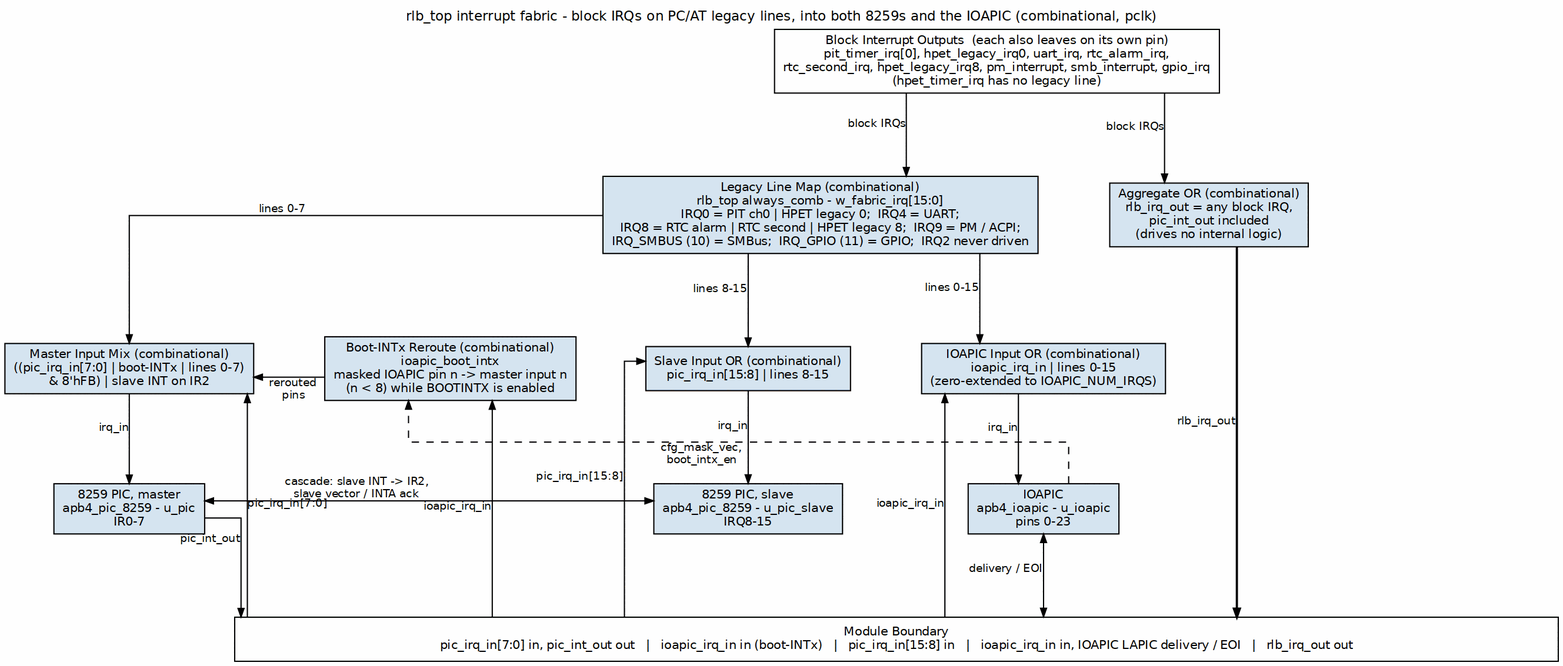
This is projects/components/legacy-ip/retro_legacy_blocks/docs/rlb_top_mas/assets/graphviz/rlb_interrupt_fabric.png from sean-galloway/RTLDesignSherpa, a Graphviz export, as it was before one commit. Its source is kept beside it as projects/components/legacy-ip/retro_legacy_blocks/docs/rlb_top_mas/assets/graphviz/rlb_interrupt_fabric.dot. The source it was exported from:
```dot
digraph rlb_interrupt_fabric {
    graph [rankdir=TB, bgcolor="white", fontname="Helvetica", fontsize=11,
           nodesep="0.40", ranksep="0.95", splines=ortho, newrank=true,
           label="rlb_top interrupt fabric - block IRQs on PC/AT legacy lines, into both 8259s and the IOAPIC (combinational, pclk)",
           labelloc=t, labeljust=c];
    node  [fontname="Helvetica", fontsize=10, shape=box, style=filled,
           fillcolor="#D6E4F0", color="black", margin="0.10,0.06"];
    edge  [fontname="Helvetica", fontsize=9, color="black", arrowsize=0.7];

    src  [label="Block Interrupt Outputs  (each also leaves on its own pin)\npit_timer_irq[0], hpet_legacy_irq0, uart_irq, rtc_alarm_irq,\nrtc_second_irq, hpet_legacy_irq8, pm_interrupt, smb_interrupt, gpio_irq\n(hpet_timer_irq has no legacy line)", fillcolor="white"];

    map  [label="Legacy Line Map (combinational)\nrlb_top always_comb - w_fabric_irq[15:0]\nIRQ0 = PIT ch0 | HPET legacy 0;  IRQ4 = UART;\nIRQ8 = RTC alarm | RTC second | HPET legacy 8;  IRQ9 = PM / ACPI;\nIRQ_SMBUS (10) = SMBus;  IRQ_GPIO (11) = GPIO;  IRQ2 never driven"];
    agg  [group=X, label="Aggregate OR (combinational)\nrlb_irq_out = any block IRQ,\npic_int_out included\n(drives no internal logic)"];

    mmix [group=L, label="Master Input Mix (combinational)\n((pic_irq_in[7:0] | boot-INTx | lines 0-7)\n& 8'hFB) | slave INT on IR2"];
    bix  [group=B, label="Boot-INTx Reroute (combinational)\nioapic_boot_intx\nmasked IOAPIC pin n -> master input n\n(n < 8) while BOOTINTX is enabled"];
    smix [group=C, label="Slave Input OR (combinational)\npic_irq_in[15:8] | lines 8-15"];
    imix [group=R, label="IOAPIC Input OR (combinational)\nioapic_irq_in | lines 0-15\n(zero-extended to IOAPIC_NUM_IRQS)"];

    mpic [group=L, label="8259 PIC, master\napb4_pic_8259 - u_pic\nIR0-7"];
    spic [group=C, label="8259 PIC, slave\napb4_pic_8259 - u_pic_slave\nIRQ8-15"];
    ioa  [group=R, label="IOAPIC\napb4_ioapic - u_ioapic\npins 0-23"];

    bar  [label="Module Boundary\npic_irq_in[7:0] in, pic_int_out out   |   ioapic_irq_in in (boot-INTx)   |   pic_irq_in[15:8] in   |   ioapic_irq_in in, IOAPIC LAPIC delivery / EOI   |   rlb_irq_out out",
          fillcolor="white", width=15.0];

    src  -> map  [xlabel="block IRQs"];
    src  -> agg  [xlabel="block IRQs"];
    map  -> mmix [xlabel="lines 0-7"];
    map  -> smix [xlabel="lines 8-15"];
    map  -> imix [xlabel="lines 0-15"];
    mmix -> mpic [xlabel="irq_in"];
    smix -> spic [xlabel="irq_in"];
    imix -> ioa  [xlabel="irq_in"];
    bix  -> mmix [xlabel="rerouted\npins"];
    spic -> mpic [dir=both, xlabel="cascade: slave INT -> IR2,\nslave vector / INTA ack"];

    mmix -> bar  [dir=back, xlabel="pic_irq_in[7:0]"];
    mpic -> bar  [xlabel="pic_int_out"];
    bix  -> bar  [dir=back, xlabel="ioapic_irq_in"];
    smix -> bar  [dir=back, xlabel="pic_irq_in[15:8]"];
    imix -> bar  [dir=back, xlabel="ioapic_irq_in"];
    ioa  -> bar  [dir=both, xlabel="delivery / EOI"];
    agg  -> bar  [penwidth=1.8, xlabel="rlb_irq_out"];
    ioa  -> bix  [style=dashed, constraint=false, xlabel="cfg_mask_vec,\nboot_intx_en"];

    { rank=same; map; agg; }
    { rank=same; mmix; bix; smix; imix; }
    mmix -> bix -> smix -> imix [style=invis, minlen=2];
    { rank=same; mpic; spic; ioa; }
}
```
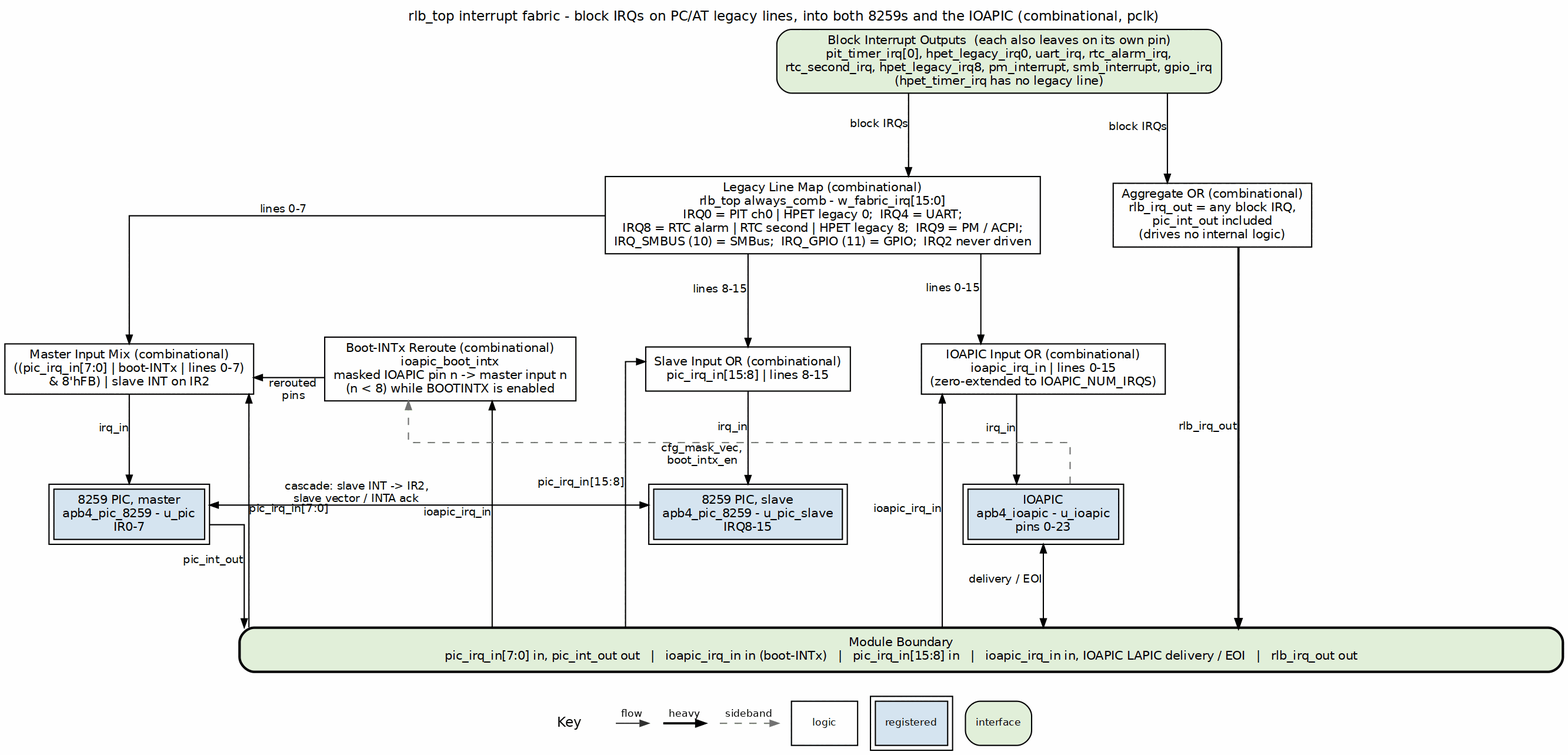
Above is the later version.

Diff of the diagram source:
```diff
@@ -4,25 +4,25 @@
            label="rlb_top interrupt fabric - block IRQs on PC/AT legacy lines, into both 8259s and the IOAPIC (combinational, pclk)",
            labelloc=t, labeljust=c];
     node  [fontname="Helvetica", fontsize=10, shape=box, style=filled,
-           fillcolor="#D6E4F0", color="black", margin="0.10,0.06"];
+           fillcolor="white", color="black", margin="0.10,0.06"];
     edge  [fontname="Helvetica", fontsize=9, color="black", arrowsize=0.7];
 
-    src  [label="Block Interrupt Outputs  (each also leaves on its own pin)\npit_timer_irq[0], hpet_legacy_irq0, uart_irq, rtc_alarm_irq,\nrtc_second_irq, hpet_legacy_irq8, pm_interrupt, smb_interrupt, gpio_irq\n(hpet_timer_irq has no legacy line)", fillcolor="white"];
+    src  [label="Block Interrupt Outputs  (each also leaves on its own pin)\npit_timer_irq[0], hpet_legacy_irq0, uart_irq, rtc_alarm_irq,\nrtc_second_irq, hpet_legacy_irq8, pm_interrupt, smb_interrupt, gpio_irq\n(hpet_timer_irq has no legacy line)", fillcolor="white", style="rounded,filled", fillcolor="#E2EFDA"];
 
-    map  [label="Legacy Line Map (combinational)\nrlb_top always_comb - w_fabric_irq[15:0]\nIRQ0 = PIT ch0 | HPET legacy 0;  IRQ4 = UART;\nIRQ8 = RTC alarm | RTC second | HPET legacy 8;  IRQ9 = PM / ACPI;\nIRQ_SMBUS (10) = SMBus;  IRQ_GPIO (11) = GPIO;  IRQ2 never driven"];
-    agg  [group=X, label="Aggregate OR (combinational)\nrlb_irq_out = any block IRQ,\npic_int_out included\n(drives no internal logic)"];
+    map  [label="Legacy Line Map (combinational)\nrlb_top always_comb - w_fabric_irq[15:0]\nIRQ0 = PIT ch0 | HPET legacy 0;  IRQ4 = UART;\nIRQ8 = RTC alarm | RTC second | HPET legacy 8;  IRQ9 = PM / ACPI;\nIRQ_SMBUS (10) = SMBus;  IRQ_GPIO (11) = GPIO;  IRQ2 never driven", style="filled", fillcolor="white"];
+    agg  [group=X, label="Aggregate OR (combinational)\nrlb_irq_out = any block IRQ,\npic_int_out included\n(drives no internal logic)", style="filled", fillcolor="white"];
 
-    mmix [group=L, label="Master Input Mix (combinational)\n((pic_irq_in[7:0] | boot-INTx | lines 0-7)\n& 8'hFB) | slave INT on IR2"];
-    bix  [group=B, label="Boot-INTx Reroute (combinational)\nioapic_boot_intx\nmasked IOAPIC pin n -> master input n\n(n < 8) while BOOTINTX is enabled"];
-    smix [group=C, label="Slave Input OR (combinational)\npic_irq_in[15:8] | lines 8-15"];
-    imix [group=R, label="IOAPIC Input OR (combinational)\nioapic_irq_in | lines 0-15\n(zero-extended to IOAPIC_NUM_IRQS)"];
+    mmix [group=L, label="Master Input Mix (combinational)\n((pic_irq_in[7:0] | boot-INTx | lines 0-7)\n& 8'hFB) | slave INT on IR2", style="filled", fillcolor="white"];
+    bix  [group=B, label="Boot-INTx Reroute (combinational)\nioapic_boot_intx\nmasked IOAPIC pin n -> master input n\n(n < 8) while BOOTINTX is enabled", style="filled", fillcolor="white"];
+    smix [group=C, label="Slave Input OR (combinational)\npic_irq_in[15:8] | lines 8-15", style="filled", fillcolor="white"];
+    imix [group=R, label="IOAPIC Input OR (combinational)\nioapic_irq_in | lines 0-15\n(zero-extended to IOAPIC_NUM_IRQS)", style="filled", fillcolor="white"];
 
-    mpic [group=L, label="8259 PIC, master\napb4_pic_8259 - u_pic\nIR0-7"];
-    spic [group=C, label="8259 PIC, slave\napb4_pic_8259 - u_pic_slave\nIRQ8-15"];
-    ioa  [group=R, label="IOAPIC\napb4_ioapic - u_ioapic\npins 0-23"];
+    mpic [group=L, label="8259 PIC, master\napb4_pic_8259 - u_pic\nIR0-7", peripheries=2, style="filled", fillcolor="#D6E4F0"];
+    spic [group=C, label="8259 PIC, slave\napb4_pic_8259 - u_pic_slave\nIRQ8-15", peripheries=2, style="filled", fillcolor="#D6E4F0"];
+    ioa  [group=R, label="IOAPIC\napb4_ioapic - u_ioapic\npins 0-23", peripheries=2, style="filled", fillcolor="#D6E4F0"];
 
     bar  [label="Module Boundary\npic_irq_in[7:0] in, pic_int_out out   |   ioapic_irq_in in (boot-INTx)   |   pic_irq_in[15:8] in   |   ioapic_irq_in in, IOAPIC LAPIC delivery / EOI   |   rlb_irq_out out",
-          fillcolor="white", width=15.0];
+          fillcolor="white", width=15.0, style="rounded,filled,bold", fillcolor="#E2EFDA"];
 
     src  -> map  [xlabel="block IRQs"];
     src  -> agg  [xlabel="block IRQs"];
@@ -42,7 +42,7 @@
     imix -> bar  [dir=back, xlabel="ioapic_irq_in"];
     ioa  -> bar  [dir=both, xlabel="delivery / EOI"];
     agg  -> bar  [penwidth=1.8, xlabel="rlb_irq_out"];
-    ioa  -> bix  [style=dashed, constraint=false, xlabel="cfg_mask_vec,\nboot_intx_en"];
+    ioa  -> bix  [style=dashed, color="#777777", constraint=false, xlabel="cfg_mask_vec,\nboot_intx_en"];
 
     { rank=same; map; agg; }
     { rank=same; mmix; bix; smix; imix; }
```
